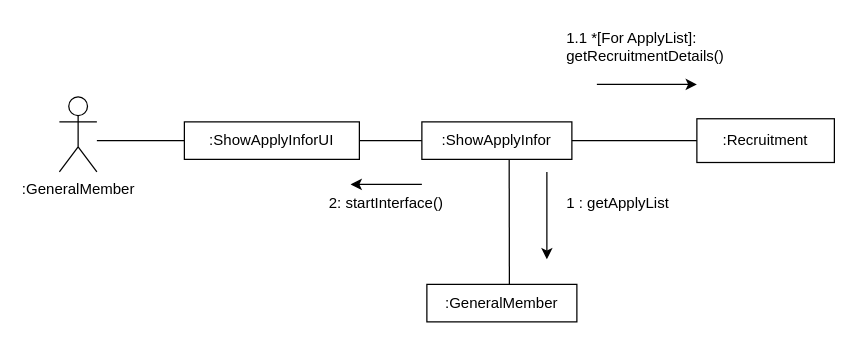
Above: B811190_진선명/지원정보조회.drawio in FinancialWorld16/SE_TEAM (draw.io), before the change. Source tidied: cells renumbered, new cells numbered last; positions are measured from the earlier drawing's top-left corner, leaving out a move shared by most shapes. Both pictures are drawn from the tidied source at 125%, with x=0, y=0 at pixel (59, 21).
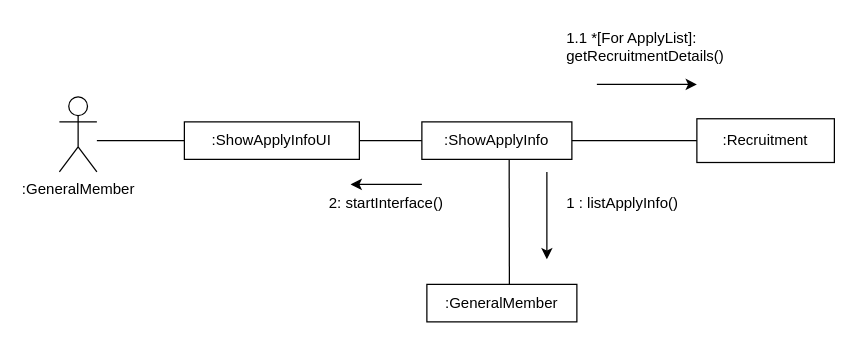
The same page after the edit.

Change to the diagram source:
```diff
@@
-    <mxCell id="3" value=":ShowApplyInforUI" style="rounded=0;whiteSpace=wrap;html=1;" parent="1" vertex="1">
+    <mxCell id="3" value=":ShowApplyInfoUI" style="rounded=0;whiteSpace=wrap;html=1;" parent="1" vertex="1">
       <mxGeometry x="100" y="80" width="140" height="30" as="geometry" />
     </mxCell>
-    <mxCell id="4" value=":ShowApplyInfor" style="rounded=0;whiteSpace=wrap;html=1;" parent="1" vertex="1">
+    <mxCell id="4" value=":ShowApplyInfo" style="rounded=0;whiteSpace=wrap;html=1;" parent="1" vertex="1">
       <mxGeometry x="290" y="80" width="120" height="30" as="geometry" />
     </mxCell>
@@
-    <mxCell id="14" value="1 : getApplyList" style="text;strokeColor=none;fillColor=none;align=left;verticalAlign=middle;spacingLeft=4;spacingRight=4;overflow=hidden;whiteSpace=wrap;html=1;" parent="1" vertex="1">
+    <mxCell id="14" value="1 : listApplyInfo()" style="text;strokeColor=none;fillColor=none;align=left;verticalAlign=middle;spacingLeft=4;spacingRight=4;overflow=hidden;whiteSpace=wrap;html=1;" parent="1" vertex="1">
       <mxGeometry x="400" y="130" width="100" height="30" as="geometry" />
     </mxCell>
```
